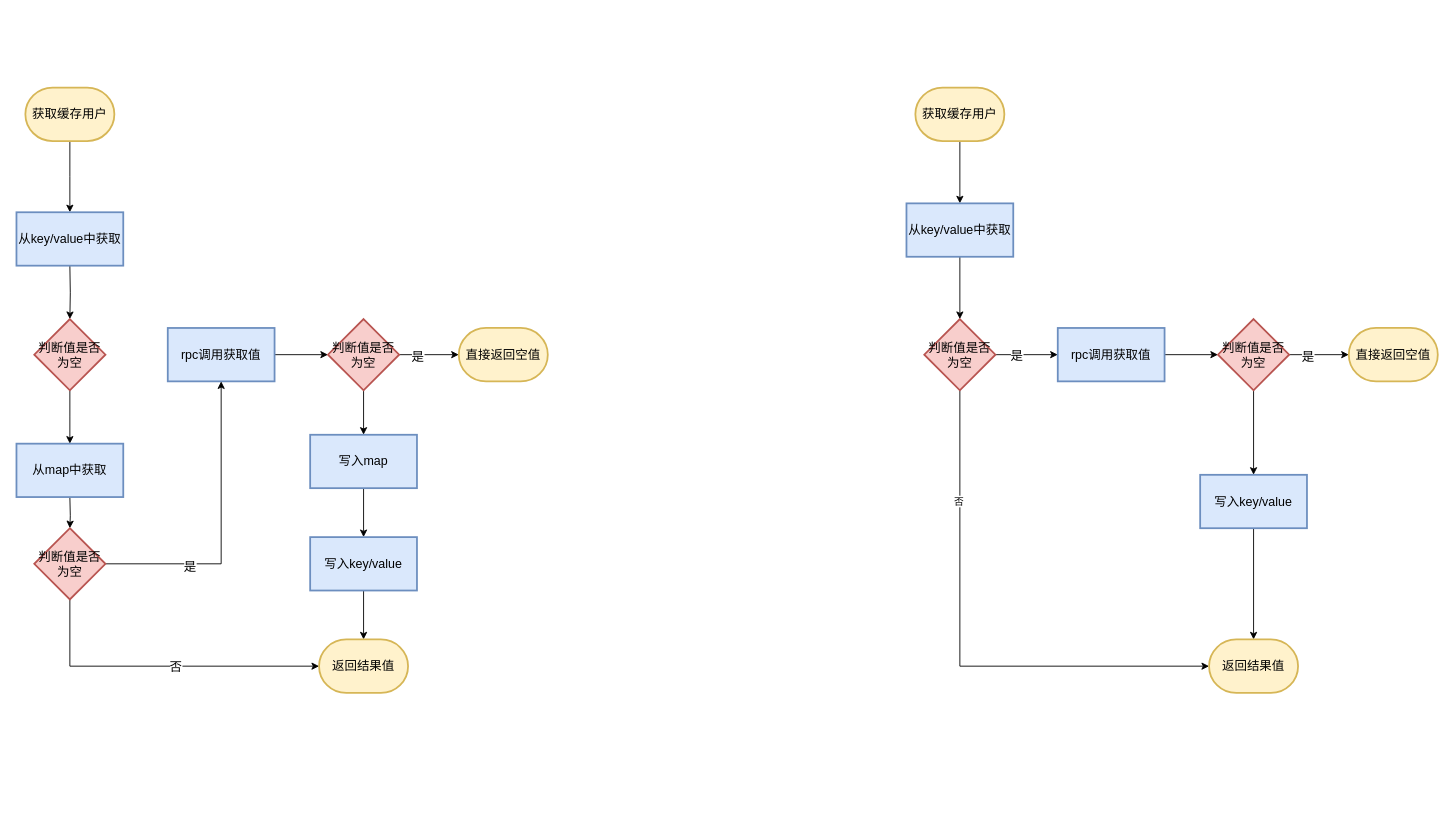
Earlier version of the draw.io diagram page "第 1 页" (1 of 2) of 中台/用户中心/大hash优化.drawio (gudujiujian11/diagram). Source tidied: cells renumbered, new cells numbered last; positions are measured from the earlier drawing's top-left corner, leaving out a move shared by most shapes. Both pictures are drawn from the tidied source at 89%, with x=0, y=0 at pixel (16, 87).
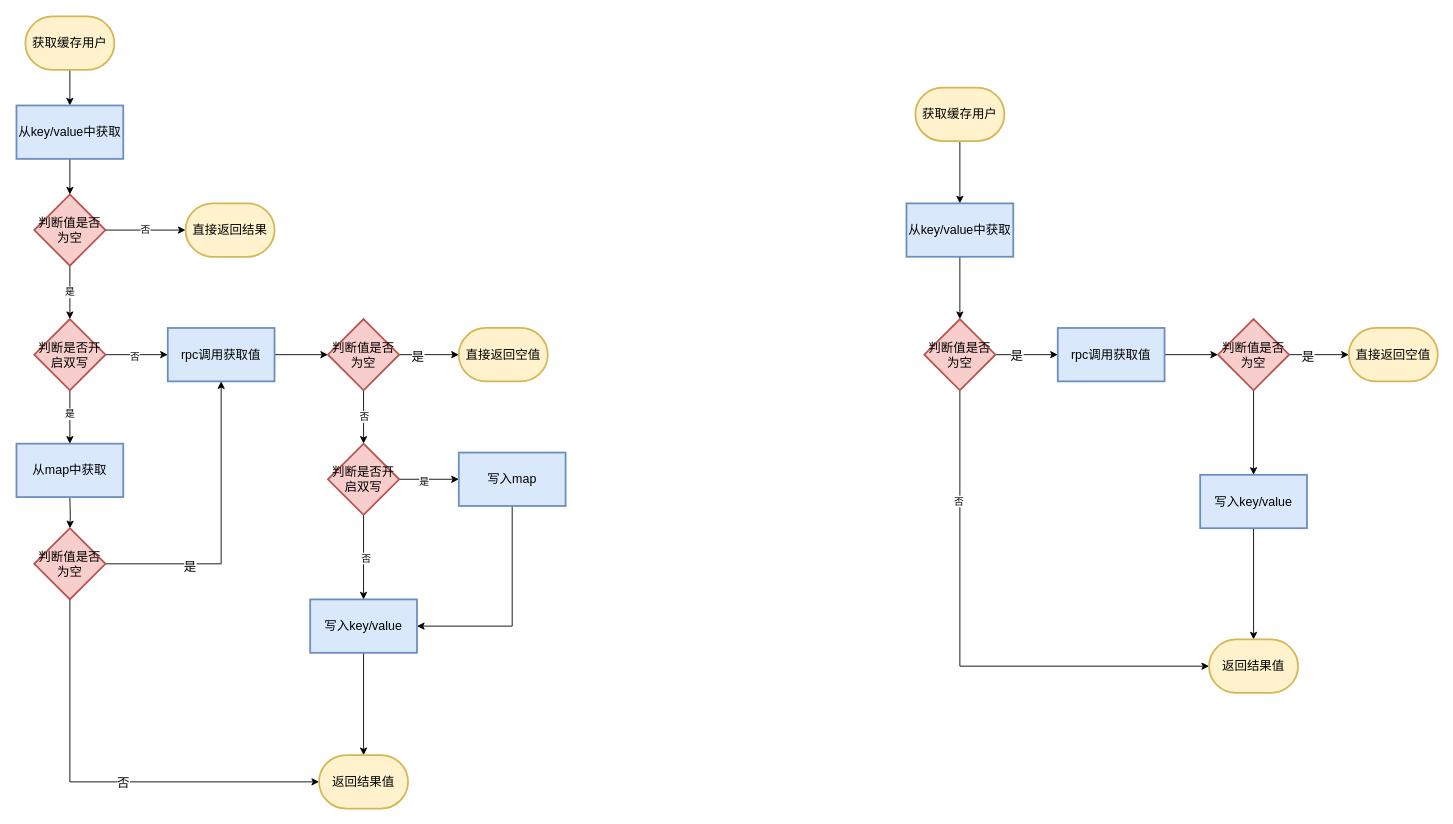
The same page after the edit.

Commit message:
更新大hash优化.drawio

The change refers to these unchanged cells:
```xml
<mxCell id="8" value="rpc调用获取值" style="whiteSpace=wrap;html=1;strokeWidth=2;fontSize=14;fillColor=#dae8fc;strokeColor=#6c8ebf;" parent="1" vertex="1">
  <mxGeometry x="170" y="270" width="120" height="60" as="geometry" />
</mxCell>
<mxCell id="12" value="判断值是否为空" style="rhombus;whiteSpace=wrap;html=1;strokeWidth=2;fontSize=14;fillColor=#f8cecc;strokeColor=#b85450;" parent="1" vertex="1">
  <mxGeometry x="350" y="260" width="80" height="80" as="geometry" />
</mxCell>
<mxCell id="24" value="判断值是否为空" style="rhombus;whiteSpace=wrap;html=1;strokeWidth=2;fontSize=14;fillColor=#f8cecc;strokeColor=#b85450;" parent="1" vertex="1">
  <mxGeometry x="20" y="495" width="80" height="80" as="geometry" />
</mxCell>
<mxCell id="45" value="从map中获取" style="whiteSpace=wrap;html=1;strokeWidth=2;fontSize=14;fillColor=#dae8fc;strokeColor=#6c8ebf;" parent="1" vertex="1">
  <mxGeometry y="400" width="120" height="60" as="geometry" />
</mxCell>
```

What changed in the source:
```diff
@@
-    <mxCell id="2" style="edgeStyle=orthogonalEdgeStyle;rounded=0;jettySize=auto;html=1;fontSize=14;" parent="1" edge="1" source="3">
-      <mxGeometry relative="1" as="geometry">
-        <mxPoint x="60" y="140" as="targetPoint" />
-      </mxGeometry>
-    </mxCell>
+    <mxCell id="46" style="edgeStyle=orthogonalEdgeStyle;rounded=0;jettySize=auto;html=1;entryX=0.5;entryY=0;entryDx=0;entryDy=0;" parent="1" edge="1" source="3" target="44">
+      <mxGeometry relative="1" as="geometry" />
+    </mxCell>
     <mxCell id="3" value="获取缓存用户" style="strokeWidth=2;html=1;shape=mxgraph.flowchart.terminator;whiteSpace=wrap;fontSize=14;fillColor=#fff2cc;strokeColor=#d6b656;" parent="1" vertex="1">
-      <mxGeometry x="10" width="100" height="60" as="geometry" />
+      <mxGeometry x="10" y="-80" width="100" height="60" as="geometry" />
     </mxCell>
-    <mxCell id="4" style="edgeStyle=orthogonalEdgeStyle;rounded=0;jettySize=auto;html=1;fontSize=14;" parent="1" edge="1" target="6">
-      <mxGeometry relative="1" as="geometry">
-        <mxPoint x="60" y="200" as="sourcePoint" />
-      </mxGeometry>
-    </mxCell>
-    <mxCell id="5" style="edgeStyle=orthogonalEdgeStyle;rounded=0;jettySize=auto;html=1;entryX=0.5;entryY=0;entryDx=0;entryDy=0;fontSize=14;" parent="1" edge="1" source="6">
-      <mxGeometry relative="1" as="geometry">
-        <mxPoint x="60" y="400" as="targetPoint" />
-      </mxGeometry>
-    </mxCell>
+    <mxCell id="47" value="是" style="edgeStyle=orthogonalEdgeStyle;rounded=0;jettySize=auto;html=1;" parent="1" edge="1" source="6" target="56">
+      <mxGeometry relative="1" as="geometry" />
+    </mxCell>
+    <mxCell id="48" value="否" style="edgeStyle=orthogonalEdgeStyle;rounded=0;jettySize=auto;html=1;entryX=0;entryY=0.5;entryDx=0;entryDy=0;entryPerimeter=0;" parent="1" edge="1" source="6" target="57">
+      <mxGeometry relative="1" as="geometry" />
+    </mxCell>
     <mxCell id="6" value="判断值是否为空" style="rhombus;whiteSpace=wrap;html=1;strokeWidth=2;fontSize=14;fillColor=#f8cecc;strokeColor=#b85450;" parent="1" vertex="1">
-      <mxGeometry x="20" y="260" width="80" height="80" as="geometry" />
+      <mxGeometry x="20" y="120" width="80" height="80" as="geometry" />
     </mxCell>
@@
-    <mxCell id="11" style="edgeStyle=orthogonalEdgeStyle;rounded=0;jettySize=auto;html=1;fontSize=14;" parent="1" edge="1" source="12" target="15">
-      <mxGeometry relative="1" as="geometry" />
-    </mxCell>
+    <mxCell id="49" style="edgeStyle=orthogonalEdgeStyle;rounded=0;jettySize=auto;html=1;entryX=0.5;entryY=0;entryDx=0;entryDy=0;" parent="1" edge="1" source="12" target="62">
+      <mxGeometry relative="1" as="geometry" />
+    </mxCell>
+    <mxCell id="50" value="否" style="edgeLabel;html=1;align=center;verticalAlign=middle;" parent="49" vertex="1">
+      <mxGeometry x="-0.03" relative="1" as="geometry" />
+    </mxCell>
@@
-    <mxCell id="14" style="edgeStyle=orthogonalEdgeStyle;rounded=0;jettySize=auto;html=1;fontSize=14;" parent="1" edge="1" source="15" target="17">
-      <mxGeometry relative="1" as="geometry" />
+    <mxCell id="14" style="edgeStyle=orthogonalEdgeStyle;rounded=0;jettySize=auto;html=1;entryX=1;entryY=0.5;entryDx=0;entryDy=0;" parent="1" edge="1" source="15" target="17">
+      <mxGeometry relative="1" as="geometry">
+        <Array as="points">
+          <mxPoint x="557" y="605" />
+        </Array>
+      </mxGeometry>
     </mxCell>
     <mxCell id="15" value="写入map" style="whiteSpace=wrap;html=1;strokeWidth=2;fontSize=14;fillColor=#dae8fc;strokeColor=#6c8ebf;" parent="1" vertex="1">
-      <mxGeometry x="330" y="390" width="120" height="60" as="geometry" />
+      <mxGeometry x="497" y="410" width="120" height="60" as="geometry" />
     </mxCell>
@@
     <mxCell id="17" value="写入key/value" style="whiteSpace=wrap;html=1;strokeWidth=2;fontSize=14;fillColor=#dae8fc;strokeColor=#6c8ebf;" parent="1" vertex="1">
-      <mxGeometry x="330" y="505" width="120" height="60" as="geometry" />
+      <mxGeometry x="330" y="575" width="120" height="60" as="geometry" />
     </mxCell>
     <mxCell id="18" value="返回结果值" style="strokeWidth=2;html=1;shape=mxgraph.flowchart.terminator;whiteSpace=wrap;fontSize=14;fillColor=#fff2cc;strokeColor=#d6b656;" parent="1" vertex="1">
-      <mxGeometry x="340" y="620" width="100" height="60" as="geometry" />
+      <mxGeometry x="340" y="750" width="100" height="60" as="geometry" />
     </mxCell>
@@
     <mxCell id="22" style="edgeStyle=orthogonalEdgeStyle;rounded=0;jettySize=auto;html=1;entryX=0;entryY=0.5;entryDx=0;entryDy=0;entryPerimeter=0;fontSize=14;" parent="1" edge="1" source="24" target="18">
       <mxGeometry relative="1" as="geometry">
         <Array as="points">
-          <mxPoint x="60" y="650" />
+          <mxPoint x="60" y="780" />
         </Array>
       </mxGeometry>
     </mxCell>
@@
+    <mxCell id="51" style="edgeStyle=orthogonalEdgeStyle;rounded=0;jettySize=auto;html=1;entryX=0.5;entryY=0;entryDx=0;entryDy=0;" parent="1" edge="1" source="44" target="6">
+      <mxGeometry relative="1" as="geometry" />
+    </mxCell>
     <mxCell id="44" value="从key/value中获取" style="whiteSpace=wrap;html=1;fontSize=14;strokeWidth=2;fillColor=#dae8fc;strokeColor=#6c8ebf;" parent="1" vertex="1">
-      <mxGeometry y="140" width="120" height="60" as="geometry" />
+      <mxGeometry y="20" width="120" height="60" as="geometry" />
     </mxCell>
@@
+    <mxCell id="52" style="edgeStyle=orthogonalEdgeStyle;rounded=0;jettySize=auto;html=1;" parent="1" edge="1" source="56" target="8">
+      <mxGeometry relative="1" as="geometry" />
+    </mxCell>
+    <mxCell id="53" value="否" style="edgeLabel;html=1;align=center;verticalAlign=middle;" parent="52" vertex="1">
+      <mxGeometry x="-0.09" y="-1" relative="1" as="geometry" />
+    </mxCell>
+    <mxCell id="54" style="edgeStyle=orthogonalEdgeStyle;rounded=0;jettySize=auto;html=1;entryX=0.5;entryY=0;entryDx=0;entryDy=0;" parent="1" edge="1" source="56" target="45">
+      <mxGeometry relative="1" as="geometry" />
+    </mxCell>
+    <mxCell id="55" value="是" style="edgeLabel;html=1;align=center;verticalAlign=middle;" parent="54" vertex="1">
+      <mxGeometry x="-0.13" y="-1" relative="1" as="geometry" />
+    </mxCell>
+    <mxCell id="56" value="判断是否开启双写" style="rhombus;whiteSpace=wrap;html=1;strokeWidth=2;fontSize=14;fillColor=#f8cecc;strokeColor=#b85450;" parent="1" vertex="1">
+      <mxGeometry x="20" y="260" width="80" height="80" as="geometry" />
+    </mxCell>
+    <mxCell id="57" value="直接返回结果" style="strokeWidth=2;html=1;shape=mxgraph.flowchart.terminator;whiteSpace=wrap;fontSize=14;fillColor=#fff2cc;strokeColor=#d6b656;" parent="1" vertex="1">
+      <mxGeometry x="190" y="130" width="100" height="60" as="geometry" />
+    </mxCell>
+    <mxCell id="58" style="edgeStyle=orthogonalEdgeStyle;rounded=0;jettySize=auto;html=1;entryX=0;entryY=0.5;entryDx=0;entryDy=0;" parent="1" edge="1" source="62" target="15">
+      <mxGeometry relative="1" as="geometry" />
+    </mxCell>
+    <mxCell id="59" value="是" style="edgeLabel;html=1;align=center;verticalAlign=middle;" parent="58" vertex="1">
+      <mxGeometry x="-0.19" y="-2" relative="1" as="geometry" />
+    </mxCell>
+    <mxCell id="60" style="edgeStyle=orthogonalEdgeStyle;rounded=0;jettySize=auto;html=1;" parent="1" edge="1" source="62" target="17">
+      <mxGeometry relative="1" as="geometry" />
+    </mxCell>
+    <mxCell id="61" value="否" style="edgeLabel;html=1;align=center;verticalAlign=middle;" parent="60" vertex="1">
+      <mxGeometry x="0.01" y="2" relative="1" as="geometry" />
+    </mxCell>
+    <mxCell id="62" value="判断是否开启双写" style="rhombus;whiteSpace=wrap;html=1;strokeWidth=2;fontSize=14;fillColor=#f8cecc;strokeColor=#b85450;" parent="1" vertex="1">
+      <mxGeometry x="350" y="400" width="80" height="80" as="geometry" />
+    </mxCell>
```
